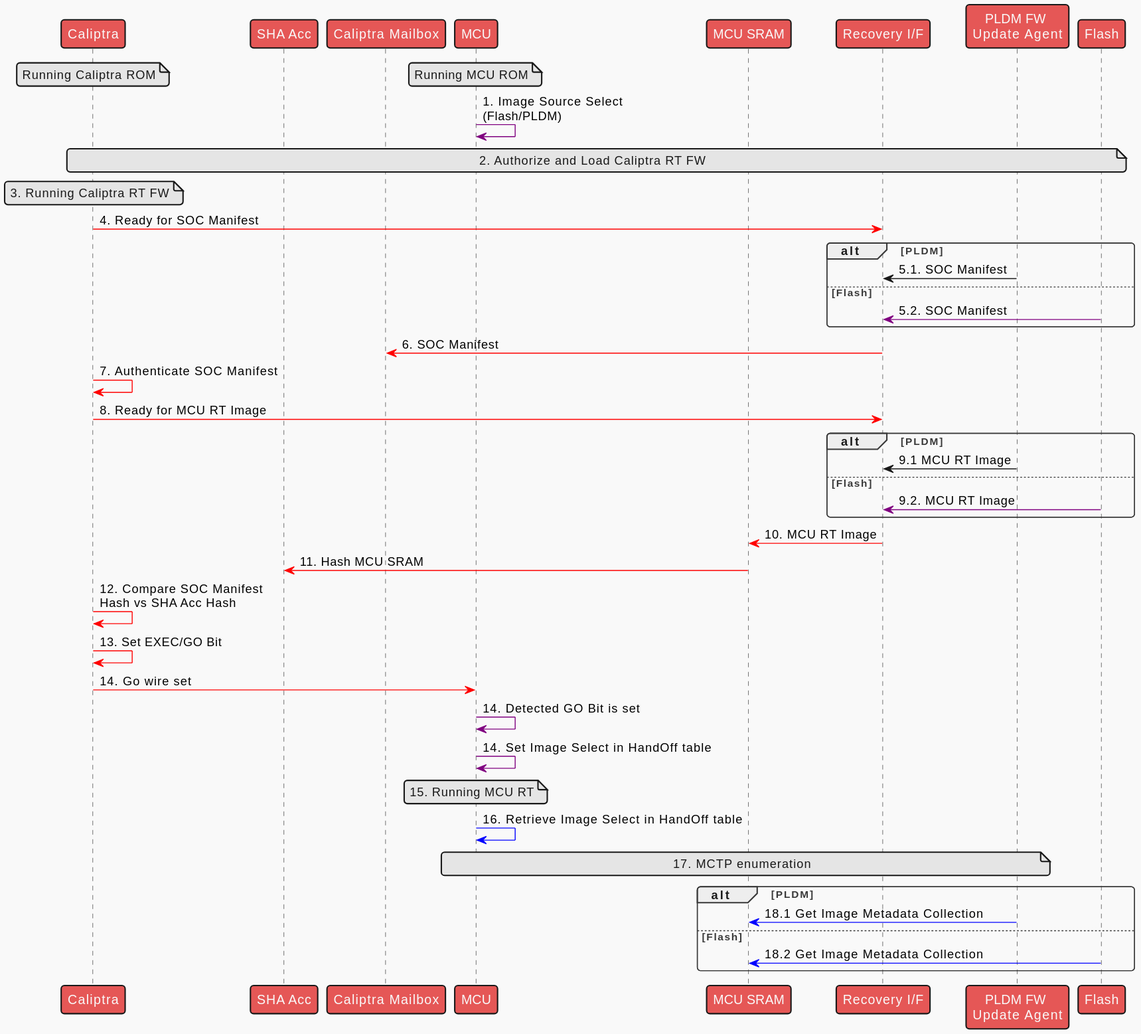
Before: docs/src/images/image_loading_sequence.svg, a diagram exported from PlantUML (zhalvorsen/caliptra-mcu-sw).
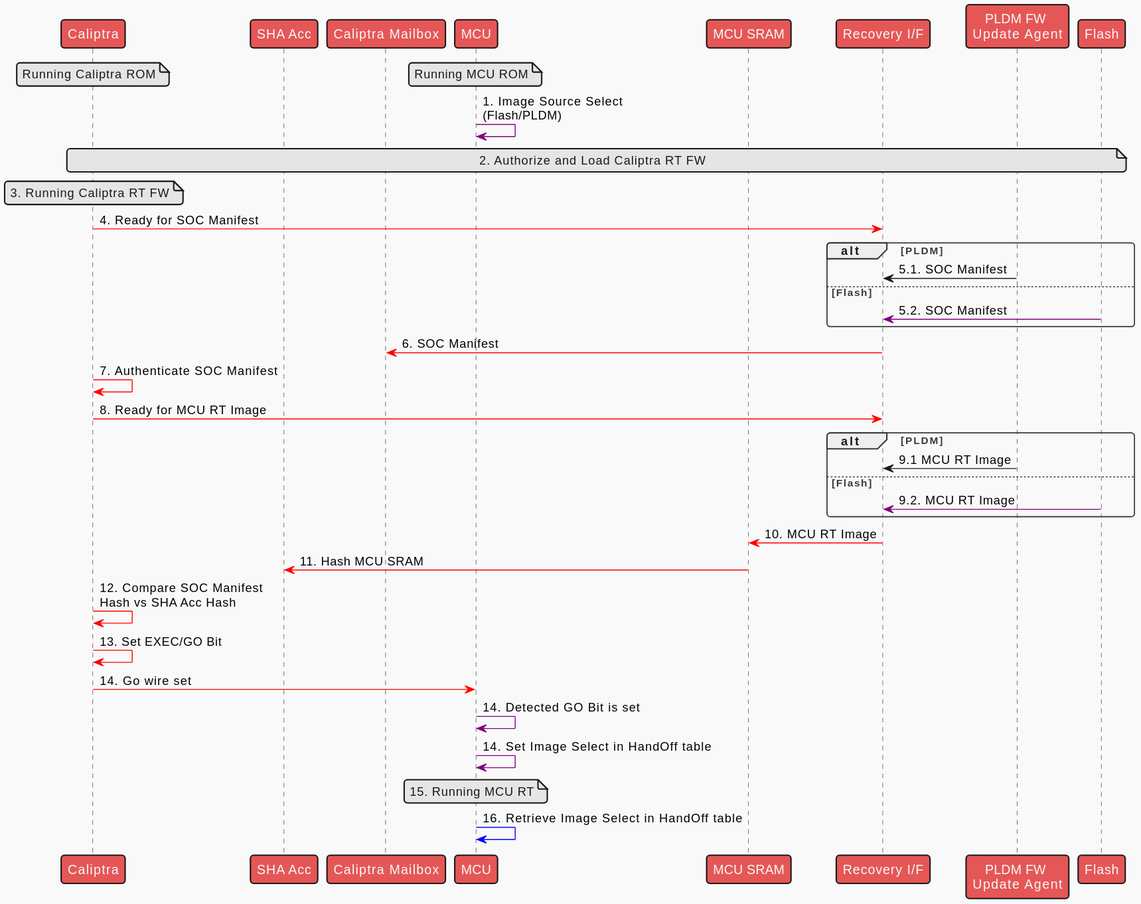
The same file after the commit.

Change to the diagram source:
```diff
@@ -44,11 +44,4 @@
 note over MCU: 15. Running MCU RT
 
 MCU-[#blue]>MCU: 16. Retrieve Image Select in HandOff table
-
-note over MCU,PLDM: 17. MCTP enumeration
-alt PLDM
-PLDM-[#blue]>MCU_SRAM: 18.1 Get Image Metadata Collection
-else Flash
-Flash-[#blue]>MCU_SRAM: 18.2 Get Image Metadata Collection
-end
 @enduml
```
